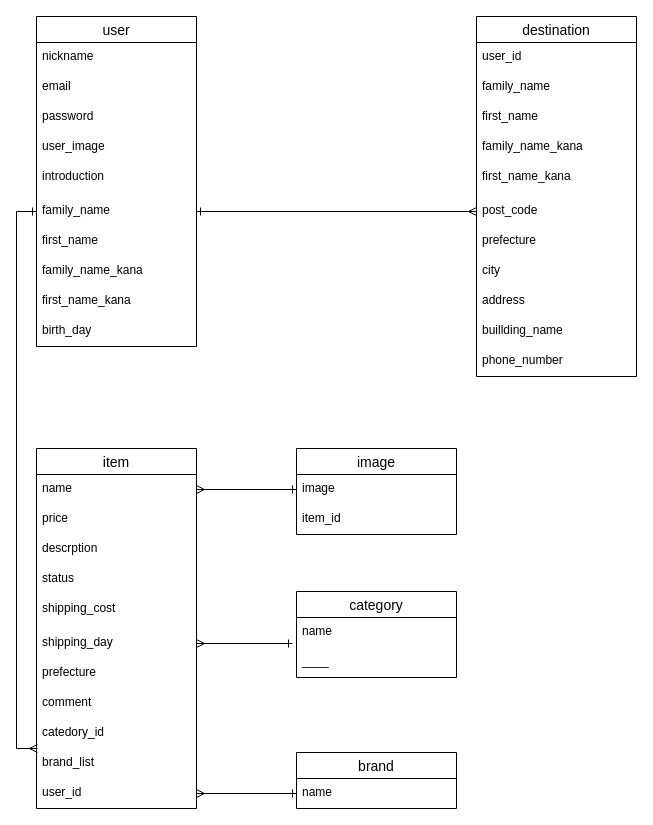
pofyusukeyamamoto/furima-35046 keeps this draw.io diagram as furima.dio. Above is the earlier version. Source tidied: cells renumbered, new cells numbered last; positions are measured from the earlier drawing's top-left corner, leaving out a move shared by most shapes. Both pictures are drawn from the tidied source at 100%, with x=0, y=0 at pixel (16, 16).
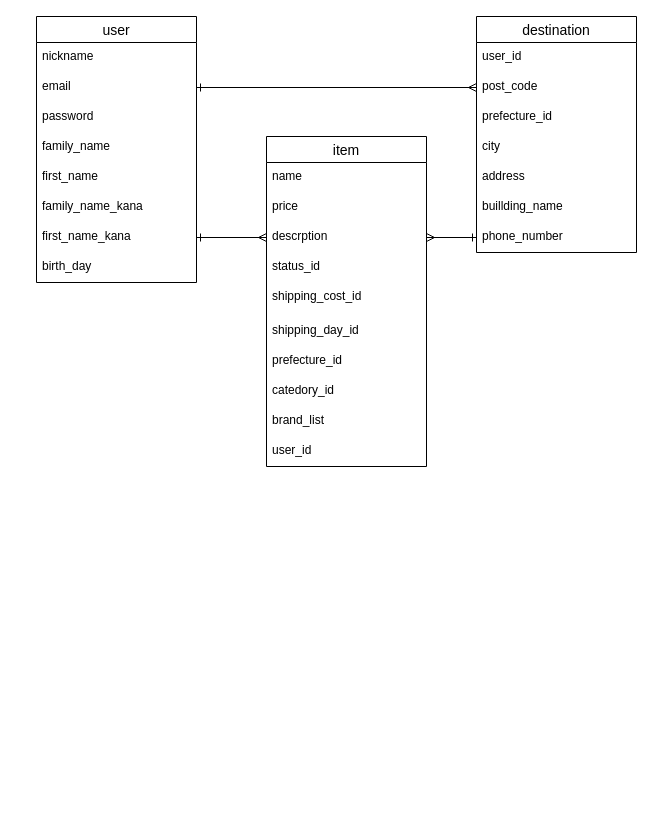
Above is the later version.

Commit message (it also covers changes not shown here):
データベース設計修正

The change refers to these unchanged cells:
```xml
<mxCell id="21" value="name" style="text;strokeColor=none;fillColor=none;spacingLeft=4;spacingRight=4;overflow=hidden;points=[[0,0.5],[1,0.5]];portConstraint=eastwest;fontSize=12;" parent="20" vertex="1">
  <mxGeometry y="26" width="160" height="30" as="geometry" />
</mxCell>
<mxCell id="23" value="descrption" style="text;strokeColor=none;fillColor=none;spacingLeft=4;spacingRight=4;overflow=hidden;points=[[0,0.5],[1,0.5]];portConstraint=eastwest;fontSize=12;" parent="20" vertex="1">
  <mxGeometry y="86" width="160" height="30" as="geometry" />
</mxCell>
<mxCell id="36" value="email" style="text;strokeColor=none;fillColor=none;spacingLeft=4;spacingRight=4;overflow=hidden;points=[[0,0.5],[1,0.5]];portConstraint=eastwest;fontSize=12;" parent="34" vertex="1">
  <mxGeometry y="56" width="160" height="30" as="geometry" />
</mxCell>
```

Change to the diagram source:
```diff
@@
-    <mxCell id="2" value="category" style="swimlane;fontStyle=0;horizontal=1;startSize=26;align=center;fontSize=14;" parent="1" vertex="1">
-      <mxGeometry x="280" y="575" width="160" height="86" as="geometry" />
-    </mxCell>
-    <mxCell id="3" value="name" style="text;strokeColor=none;fillColor=none;spacingLeft=4;spacingRight=4;overflow=hidden;points=[[0,0.5],[1,0.5]];portConstraint=eastwest;fontSize=12;" parent="2" vertex="1">
-      <mxGeometry y="26" width="160" height="30" as="geometry" />
-    </mxCell>
-    <mxCell id="4" value="____" style="text;strokeColor=none;fillColor=none;spacingLeft=4;spacingRight=4;overflow=hidden;fontSize=12;" parent="2" vertex="1">
-      <mxGeometry y="56" width="160" height="30" as="geometry" />
-    </mxCell>
-    <mxCell id="5" value="image" style="swimlane;fontStyle=0;horizontal=1;startSize=26;align=center;fontSize=14;" parent="1" vertex="1">
-      <mxGeometry x="280" y="432" width="160" height="86" as="geometry" />
-    </mxCell>
-    <mxCell id="6" value="image" style="text;strokeColor=none;fillColor=none;spacingLeft=4;spacingRight=4;overflow=hidden;points=[[0,0.5],[1,0.5]];portConstraint=eastwest;fontSize=12;" parent="5" vertex="1">
-      <mxGeometry y="26" width="160" height="30" as="geometry" />
-    </mxCell>
-    <mxCell id="7" value="item_id" style="text;strokeColor=none;fillColor=none;spacingLeft=4;spacingRight=4;overflow=hidden;fontSize=12;" parent="5" vertex="1">
-      <mxGeometry y="56" width="160" height="30" as="geometry" />
-    </mxCell>
     <mxCell id="8" value="destination" style="swimlane;fontStyle=0;horizontal=1;startSize=26;align=center;fontSize=14;" parent="1" vertex="1">
-      <mxGeometry x="460" width="160" height="360" as="geometry" />
+      <mxGeometry x="460" width="160" height="236" as="geometry" />
     </mxCell>
@@
-    <mxCell id="10" value="family_name" style="text;strokeColor=none;fillColor=none;spacingLeft=4;spacingRight=4;overflow=hidden;fontSize=12;" parent="8" vertex="1">
-      <mxGeometry y="56" width="160" height="30" as="geometry" />
-    </mxCell>
-    <mxCell id="11" value="first_name" style="text;strokeColor=none;fillColor=none;spacingLeft=4;spacingRight=4;overflow=hidden;fontSize=12;" parent="8" vertex="1">
-      <mxGeometry y="86" width="160" height="30" as="geometry" />
-    </mxCell>
-    <mxCell id="12" value="family_name_kana" style="text;strokeColor=none;fillColor=none;spacingLeft=4;spacingRight=4;overflow=hidden;fontSize=12;" parent="8" vertex="1">
-      <mxGeometry y="116" width="160" height="30" as="geometry" />
-    </mxCell>
-    <mxCell id="13" value="first_name_kana" style="text;strokeColor=none;fillColor=none;spacingLeft=4;spacingRight=4;overflow=hidden;fontSize=12;" parent="8" vertex="1">
-      <mxGeometry y="146" width="160" height="34" as="geometry" />
-    </mxCell>
     <mxCell id="14" value="post_code" style="text;strokeColor=none;fillColor=none;spacingLeft=4;spacingRight=4;overflow=hidden;points=[[0,0.5],[1,0.5]];portConstraint=eastwest;fontSize=12;" parent="8" vertex="1">
-      <mxGeometry y="180" width="160" height="30" as="geometry" />
+      <mxGeometry y="56" width="160" height="30" as="geometry" />
     </mxCell>
-    <mxCell id="15" value="prefecture" style="text;strokeColor=none;fillColor=none;spacingLeft=4;spacingRight=4;overflow=hidden;fontSize=12;" parent="8" vertex="1">
-      <mxGeometry y="210" width="160" height="30" as="geometry" />
+    <mxCell id="15" value="prefecture_id" style="text;strokeColor=none;fillColor=none;spacingLeft=4;spacingRight=4;overflow=hidden;fontSize=12;" parent="8" vertex="1">
+      <mxGeometry y="86" width="160" height="30" as="geometry" />
     </mxCell>
     <mxCell id="16" value="city" style="text;strokeColor=none;fillColor=none;spacingLeft=4;spacingRight=4;overflow=hidden;fontSize=12;" parent="8" vertex="1">
-      <mxGeometry y="240" width="160" height="30" as="geometry" />
+      <mxGeometry y="116" width="160" height="30" as="geometry" />
     </mxCell>
     <mxCell id="17" value="address" style="text;strokeColor=none;fillColor=none;spacingLeft=4;spacingRight=4;overflow=hidden;fontSize=12;" parent="8" vertex="1">
-      <mxGeometry y="270" width="160" height="30" as="geometry" />
+      <mxGeometry y="146" width="160" height="30" as="geometry" />
     </mxCell>
     <mxCell id="18" value="buillding_name" style="text;strokeColor=none;fillColor=none;spacingLeft=4;spacingRight=4;overflow=hidden;fontSize=12;" parent="8" vertex="1">
-      <mxGeometry y="300" width="160" height="30" as="geometry" />
+      <mxGeometry y="176" width="160" height="30" as="geometry" />
     </mxCell>
     <mxCell id="19" value="phone_number&#10;" style="text;strokeColor=none;fillColor=none;spacingLeft=4;spacingRight=4;overflow=hidden;points=[[0,0.5],[1,0.5]];portConstraint=eastwest;fontSize=12;" parent="8" vertex="1">
-      <mxGeometry y="330" width="160" height="30" as="geometry" />
+      <mxGeometry y="206" width="160" height="30" as="geometry" />
     </mxCell>
     <mxCell id="20" value="item" style="swimlane;fontStyle=0;horizontal=1;startSize=26;align=center;fontSize=14;" parent="1" vertex="1">
-      <mxGeometry x="20" y="432" width="160" height="360" as="geometry" />
+      <mxGeometry x="250" y="120" width="160" height="330" as="geometry" />
     </mxCell>
@@
-    <mxCell id="24" value="status" style="text;strokeColor=none;fillColor=none;spacingLeft=4;spacingRight=4;overflow=hidden;fontSize=12;" parent="20" vertex="1">
+    <mxCell id="24" value="status_id" style="text;strokeColor=none;fillColor=none;spacingLeft=4;spacingRight=4;overflow=hidden;fontSize=12;" parent="20" vertex="1">
       <mxGeometry y="116" width="160" height="30" as="geometry" />
     </mxCell>
-    <mxCell id="25" value="shipping_cost" style="text;strokeColor=none;fillColor=none;spacingLeft=4;spacingRight=4;overflow=hidden;fontSize=12;" parent="20" vertex="1">
+    <mxCell id="25" value="shipping_cost_id" style="text;strokeColor=none;fillColor=none;spacingLeft=4;spacingRight=4;overflow=hidden;fontSize=12;" parent="20" vertex="1">
       <mxGeometry y="146" width="160" height="34" as="geometry" />
     </mxCell>
-    <mxCell id="26" value="shipping_day" style="text;strokeColor=none;fillColor=none;spacingLeft=4;spacingRight=4;overflow=hidden;points=[[0,0.5],[1,0.5]];portConstraint=eastwest;fontSize=12;" parent="20" vertex="1">
+    <mxCell id="26" value="shipping_day_id" style="text;strokeColor=none;fillColor=none;spacingLeft=4;spacingRight=4;overflow=hidden;points=[[0,0.5],[1,0.5]];portConstraint=eastwest;fontSize=12;" parent="20" vertex="1">
       <mxGeometry y="180" width="160" height="30" as="geometry" />
     </mxCell>
-    <mxCell id="27" value="prefecture" style="text;strokeColor=none;fillColor=none;spacingLeft=4;spacingRight=4;overflow=hidden;fontSize=12;" parent="20" vertex="1">
+    <mxCell id="27" value="prefecture_id" style="text;strokeColor=none;fillColor=none;spacingLeft=4;spacingRight=4;overflow=hidden;fontSize=12;" parent="20" vertex="1">
       <mxGeometry y="210" width="160" height="30" as="geometry" />
     </mxCell>
-    <mxCell id="28" value="comment" style="text;strokeColor=none;fillColor=none;spacingLeft=4;spacingRight=4;overflow=hidden;fontSize=12;" parent="20" vertex="1">
-      <mxGeometry y="240" width="160" height="30" as="geometry" />
-    </mxCell>
     <mxCell id="29" value="catedory_id" style="text;strokeColor=none;fillColor=none;spacingLeft=4;spacingRight=4;overflow=hidden;points=[[0,0.5],[1,0.5]];portConstraint=eastwest;fontSize=12;" parent="20" vertex="1">
-      <mxGeometry y="270" width="160" height="30" as="geometry" />
+      <mxGeometry y="240" width="160" height="30" as="geometry" />
     </mxCell>
     <mxCell id="30" value="brand_list&#10;" style="text;strokeColor=none;fillColor=none;spacingLeft=4;spacingRight=4;overflow=hidden;fontSize=12;" parent="20" vertex="1">
-      <mxGeometry y="300" width="160" height="30" as="geometry" />
+      <mxGeometry y="270" width="160" height="30" as="geometry" />
     </mxCell>
     <mxCell id="31" value="user_id" style="text;strokeColor=none;fillColor=none;spacingLeft=4;spacingRight=4;overflow=hidden;points=[[0,0.5],[1,0.5]];portConstraint=eastwest;fontSize=12;" parent="20" vertex="1">
-      <mxGeometry y="330" width="160" height="30" as="geometry" />
+      <mxGeometry y="300" width="160" height="30" as="geometry" />
     </mxCell>
-    <mxCell id="32" value="brand" style="swimlane;fontStyle=0;horizontal=1;startSize=26;align=center;fontSize=14;" parent="1" vertex="1">
-      <mxGeometry x="280" y="736" width="160" height="56" as="geometry" />
-    </mxCell>
-    <mxCell id="33" value="name" style="text;strokeColor=none;fillColor=none;spacingLeft=4;spacingRight=4;overflow=hidden;points=[[0,0.5],[1,0.5]];portConstraint=eastwest;fontSize=12;" parent="32" vertex="1">
-      <mxGeometry y="26" width="160" height="30" as="geometry" />
-    </mxCell>
     <mxCell id="34" value="user" style="swimlane;fontStyle=0;horizontal=1;startSize=26;align=center;fontSize=14;" parent="1" vertex="1">
-      <mxGeometry x="20" width="160" height="330" as="geometry" />
+      <mxGeometry x="20" width="160" height="266" as="geometry" />
     </mxCell>
@@
-    <mxCell id="38" value="user_image" style="text;strokeColor=none;fillColor=none;spacingLeft=4;spacingRight=4;overflow=hidden;fontSize=12;" parent="34" vertex="1">
-      <mxGeometry y="116" width="160" height="30" as="geometry" />
-    </mxCell>
-    <mxCell id="39" value="introduction" style="text;strokeColor=none;fillColor=none;spacingLeft=4;spacingRight=4;overflow=hidden;fontSize=12;" parent="34" vertex="1">
-      <mxGeometry y="146" width="160" height="34" as="geometry" />
-    </mxCell>
     <mxCell id="40" value="family_name" style="text;strokeColor=none;fillColor=none;spacingLeft=4;spacingRight=4;overflow=hidden;points=[[0,0.5],[1,0.5]];portConstraint=eastwest;fontSize=12;" parent="34" vertex="1">
-      <mxGeometry y="180" width="160" height="30" as="geometry" />
+      <mxGeometry y="116" width="160" height="30" as="geometry" />
     </mxCell>
     <mxCell id="41" value="first_name" style="text;strokeColor=none;fillColor=none;spacingLeft=4;spacingRight=4;overflow=hidden;fontSize=12;" parent="34" vertex="1">
-      <mxGeometry y="210" width="160" height="30" as="geometry" />
+      <mxGeometry y="146" width="160" height="30" as="geometry" />
     </mxCell>
     <mxCell id="42" value="family_name_kana" style="text;strokeColor=none;fillColor=none;spacingLeft=4;spacingRight=4;overflow=hidden;fontSize=12;" parent="34" vertex="1">
-      <mxGeometry y="240" width="160" height="30" as="geometry" />
+      <mxGeometry y="176" width="160" height="30" as="geometry" />
     </mxCell>
     <mxCell id="43" value="first_name_kana" style="text;strokeColor=none;fillColor=none;spacingLeft=4;spacingRight=4;overflow=hidden;points=[[0,0.5],[1,0.5]];portConstraint=eastwest;fontSize=12;" parent="34" vertex="1">
-      <mxGeometry y="270" width="160" height="30" as="geometry" />
+      <mxGeometry y="206" width="160" height="30" as="geometry" />
     </mxCell>
     <mxCell id="44" value="birth_day" style="text;strokeColor=none;fillColor=none;spacingLeft=4;spacingRight=4;overflow=hidden;fontSize=12;" parent="34" vertex="1">
-      <mxGeometry y="300" width="160" height="30" as="geometry" />
+      <mxGeometry y="236" width="160" height="30" as="geometry" />
     </mxCell>
-    <mxCell id="45" style="edgeStyle=orthogonalEdgeStyle;rounded=0;jettySize=auto;html=1;entryX=0;entryY=0.5;entryDx=0;entryDy=0;startArrow=ERone;startFill=0;endArrow=ERmany;endFill=0;" parent="1" edge="1" source="40" target="14">
+    <mxCell id="45" style="edgeStyle=orthogonalEdgeStyle;rounded=0;jettySize=auto;html=1;entryX=0;entryY=0.5;entryDx=0;entryDy=0;startArrow=ERone;startFill=0;endArrow=ERmany;endFill=0;exitX=1;exitY=0.5;exitDx=0;exitDy=0;" parent="1" edge="1" source="36" target="14">
       <mxGeometry relative="1" as="geometry" />
     </mxCell>
-    <mxCell id="46" style="edgeStyle=orthogonalEdgeStyle;rounded=0;jettySize=auto;html=1;exitX=0;exitY=0.5;exitDx=0;exitDy=0;entryX=0.006;entryY=1;entryDx=0;entryDy=0;entryPerimeter=0;startArrow=ERone;startFill=0;endArrow=ERmany;endFill=0;" parent="1" edge="1" source="40" target="29">
-      <mxGeometry relative="1" as="geometry">
-        <Array as="points">
-          <mxPoint y="195" />
-          <mxPoint y="732" />
-        </Array>
-      </mxGeometry>
-    </mxCell>
-    <mxCell id="47" style="edgeStyle=orthogonalEdgeStyle;rounded=0;jettySize=auto;html=1;startArrow=ERmany;startFill=0;endArrow=ERone;endFill=0;entryX=0;entryY=0.5;entryDx=0;entryDy=0;" parent="1" edge="1" source="21" target="6">
-      <mxGeometry relative="1" as="geometry" />
-    </mxCell>
-    <mxCell id="48" style="edgeStyle=orthogonalEdgeStyle;rounded=0;jettySize=auto;html=1;entryX=-0.025;entryY=0.867;entryDx=0;entryDy=0;entryPerimeter=0;startArrow=ERmany;startFill=0;endArrow=ERone;endFill=0;" parent="1" edge="1" source="26" target="3">
-      <mxGeometry relative="1" as="geometry" />
-    </mxCell>
-    <mxCell id="49" style="edgeStyle=orthogonalEdgeStyle;rounded=0;jettySize=auto;html=1;entryX=0;entryY=0.5;entryDx=0;entryDy=0;startArrow=ERmany;startFill=0;endArrow=ERone;endFill=0;" parent="1" edge="1" source="31" target="33">
-      <mxGeometry relative="1" as="geometry" />
-    </mxCell>
+    <mxCell id="50" style="edgeStyle=orthogonalEdgeStyle;rounded=0;jettySize=auto;html=1;exitX=1;exitY=0.5;exitDx=0;exitDy=0;entryX=0;entryY=0.5;entryDx=0;entryDy=0;startArrow=ERmany;startFill=0;endArrow=ERone;endFill=0;" parent="1" edge="1" source="23" target="19">
+      <mxGeometry relative="1" as="geometry" />
+    </mxCell>
+    <mxCell id="51" style="edgeStyle=orthogonalEdgeStyle;rounded=0;jettySize=auto;html=1;exitX=1;exitY=0.5;exitDx=0;exitDy=0;entryX=0;entryY=0.5;entryDx=0;entryDy=0;startArrow=ERone;startFill=0;endArrow=ERmany;endFill=0;" parent="1" edge="1" source="43" target="23">
+      <mxGeometry relative="1" as="geometry" />
+    </mxCell>
```
